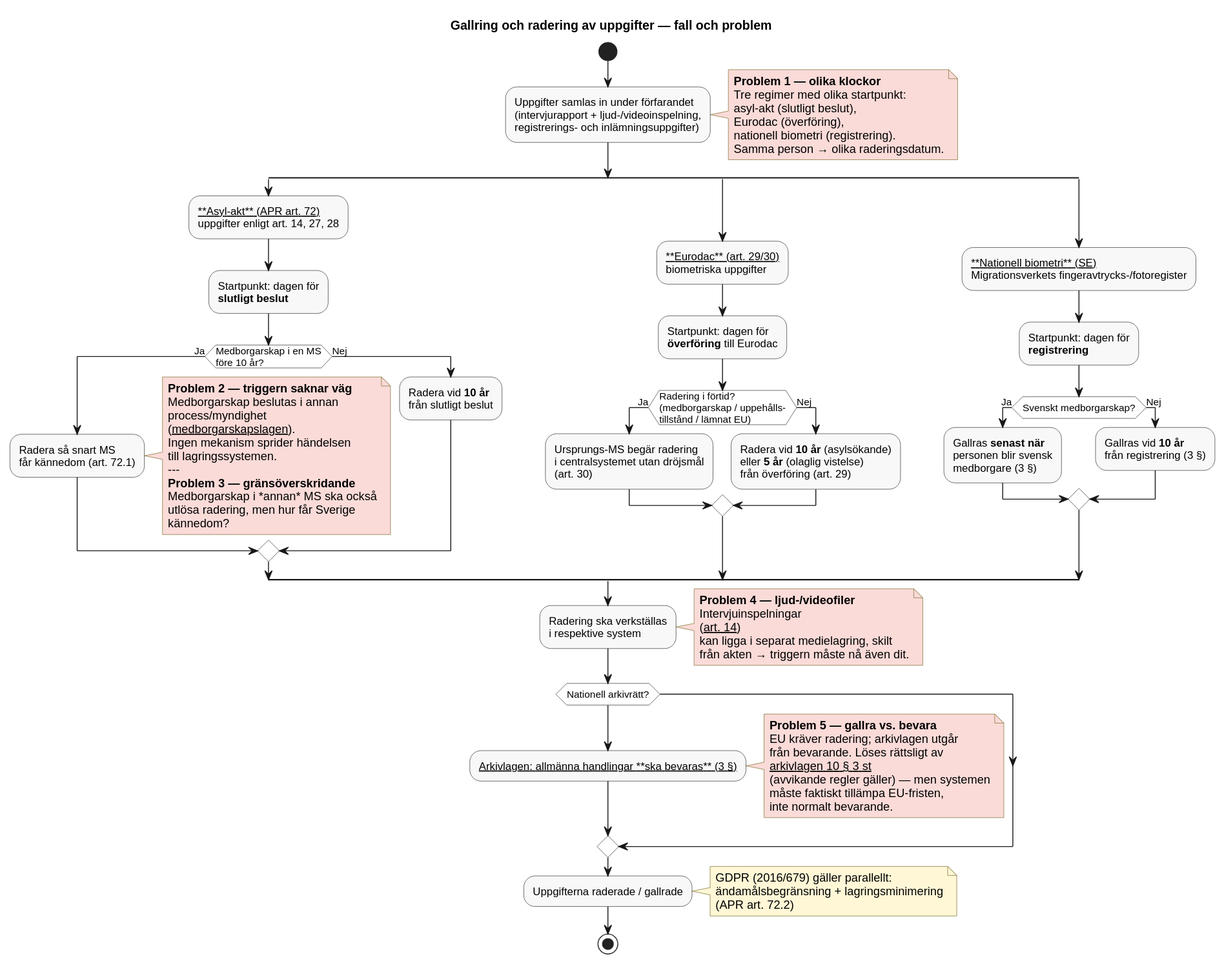
Earlier version of the PlantUML export docs/shared/data-retention/diagrams/data-retention.svg (chrhe894/migration_pact). Its diagram source:
```plantuml
@startuml
title Gallring och radering av uppgifter — fall och problem

skinparam shadowing false
skinparam HyperlinkColor Black
skinparam HyperlinkUnderline true
skinparam defaultFontName Arial
skinparam activity {
  BackgroundColor #F8F8F8
  BorderColor #333333
  DiamondBackgroundColor #FFFFFF
  DiamondBorderColor #333333
}
skinparam note {
  BackgroundColor #FFF7D6
  BorderColor #7A6A2A
}

start

:Uppgifter samlas in under förfarandet\n(intervjurapport + ljud-/videoinspelning,\nregistrerings- och inlämningsuppgifter);

note right #FADBD8
  <b>Problem 1 — olika klockor</b>
  Tre regimer med olika startpunkt:
  asyl-akt (slutligt beslut),
  Eurodac (överföring),
  nationell biometri (registrering).
  Samma person → olika raderingsdatum.
end note

split
  :[[../../../domains/asylum-procedure/articles/apr-072.md **Asyl-akt** (APR art. 72)]]\nuppgifter enligt art. 14, 27, 28;
  :Startpunkt: dagen för\n**slutligt beslut**;

  if (Medborgarskap i en MS\nföre 10 år?) then (Ja)
    :Radera så snart MS\nfår kännedom (art. 72.1);
    note right #FADBD8
      <b>Problem 2 — triggern saknar väg</b>
      Medborgarskap beslutas i annan
      process/myndighet
      ([[../../../references/legislation/medborgarskapslagen.md medborgarskapslagen]]).
      Ingen mekanism sprider händelsen
      till lagringssystemen.
      ---
      <b>Problem 3 — gränsöverskridande</b>
      Medborgarskap i *annan* MS ska också
      utlösa radering, men hur får Sverige
      kännedom?
    end note
  else (Nej)
    :Radera vid **10 år**\nfrån slutligt beslut;
  endif

split again
  :[[../../../domains/eurodac/articles/eur-029.md **Eurodac** (art. 29/30)]]\nbiometriska uppgifter;
  :Startpunkt: dagen för\n**överföring** till Eurodac;

  if (Radering i förtid?\n(medborgarskap / uppehålls-\ntillstånd / lämnat EU)) then (Ja)
    :Ursprungs-MS begär radering\ni centralsystemet utan dröjsmål\n(art. 30);
  else (Nej)
    :Radera vid **10 år** (asylsökande)\neller **5 år** (olaglig vistelse)\nfrån överföring (art. 29);
  endif

split again
  :[[../../../references/legislation/utlanningsdataforordningen.md **Nationell biometri** (SE)]]\nMigrationsverkets fingeravtrycks-/fotoregister;
  :Startpunkt: dagen för\n**registrering**;

  if (Svenskt medborgarskap?) then (Ja)
    :Gallras **senast när**\npersonen blir svensk\nmedborgare (3 §);
  else (Nej)
    :Gallras vid **10 år**\nfrån registrering (3 §);
  endif
end split

:Radering ska verkställas\ni respektive system;

note right #FADBD8
  <b>Problem 4 — ljud-/videofiler</b>
  Intervjuinspelningar
  ([[../../../domains/asylum-procedure/articles/apr-014.md art. 14]])
  kan ligga i separat medielagring, skilt
  från akten → triggern måste nå även dit.
end note

if (Nationell arkivrätt?) then
  :[[../../../references/legislation/arkivlagstiftning.md Arkivlagen: allmänna handlingar **ska bevaras** (3 §)]];
  note right #FADBD8
    <b>Problem 5 — gallra vs. bevara</b>
    EU kräver radering; arkivlagen utgår
    från bevarande. Löses rättsligt av
    [[../../../references/legislation/arkivlagstiftning.md arkivlagen 10 § 3 st]]
    (avvikande regler gäller) — men systemen
    måste faktiskt tillämpa EU-fristen,
    inte normalt bevarande.
  end note
endif

:Uppgifterna raderade / gallrade;

note right
  GDPR (2016/679) gäller parallellt:
  ändamålsbegränsning + lagringsminimering
  (APR art. 72.2)
end note

stop
@enduml
```
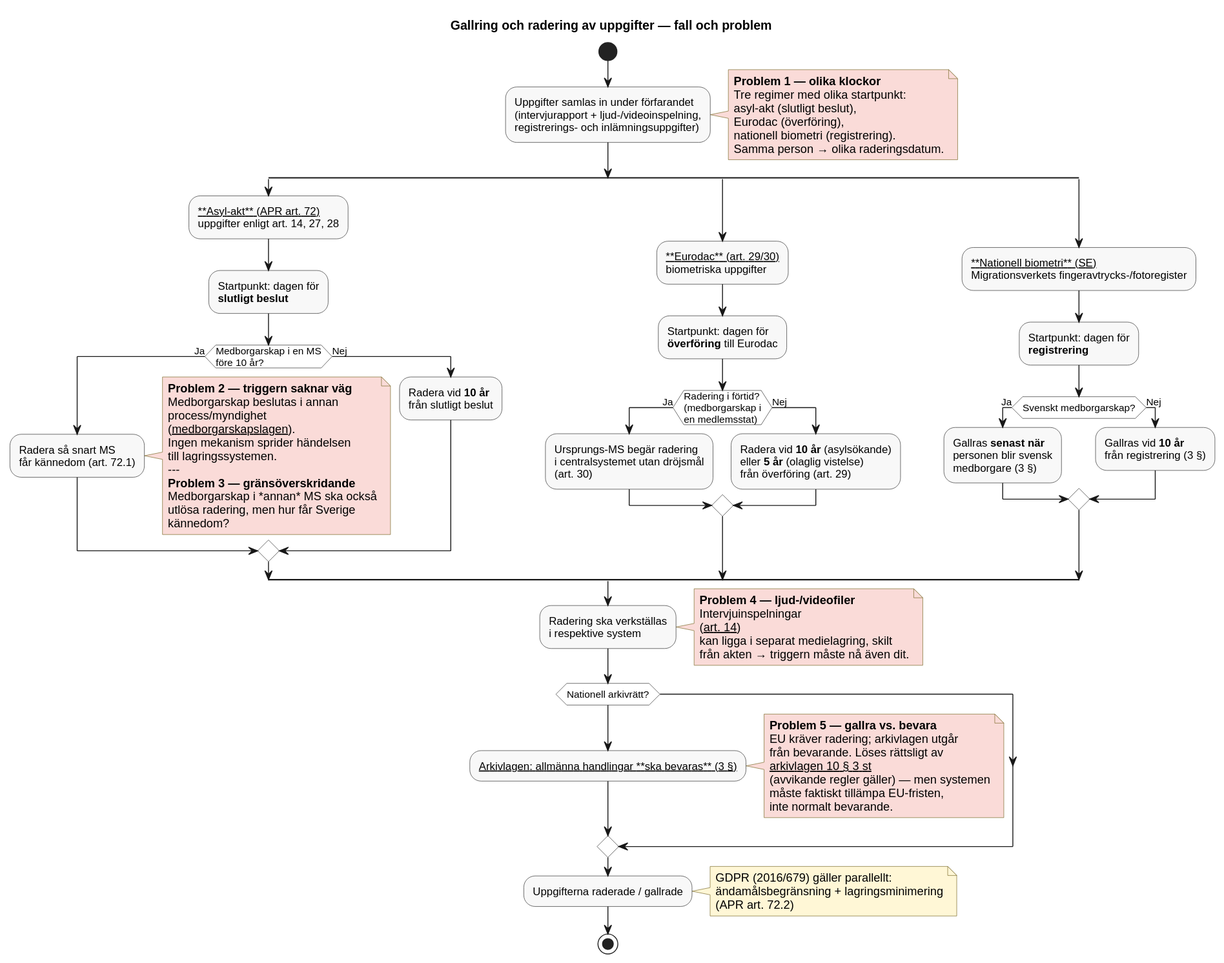
The same file after the commit.

Diff of the diagram source:
```diff
@@ -56,7 +56,7 @@
   :[[../../../domains/eurodac/articles/eur-029.md **Eurodac** (art. 29/30)]]\nbiometriska uppgifter;
   :Startpunkt: dagen för\n**överföring** till Eurodac;
 
-  if (Radering i förtid?\n(medborgarskap / uppehålls-\ntillstånd / lämnat EU)) then (Ja)
+  if (Radering i förtid?\n(medborgarskap i\nen medlemsstat)) then (Ja)
     :Ursprungs-MS begär radering\ni centralsystemet utan dröjsmål\n(art. 30);
   else (Nej)
     :Radera vid **10 år** (asylsökande)\neller **5 år** (olaglig vistelse)\nfrån överföring (art. 29);
```
